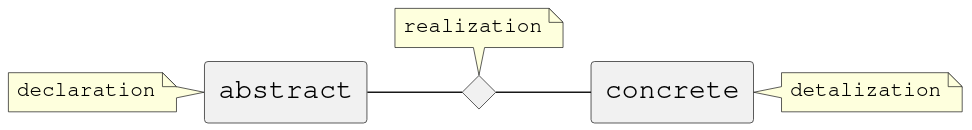
Before: fig/game-ffm/axis-x-relation.svg, a diagram exported from PlantUML (tabletopframework/specification). Source of this version:
```plantuml
@startuml
!include lib/game.puml!core
!include lib/i18n.puml!en
skinparam ranksep 20
skinparam nodesep 20
allowmixing

rectangle "$translate(xAxisNegativeTerm)" as left
note left: $translate(declaration)
rectangle "$translate(xAxisPositiveTerm)" as right
note right: $translate(detalization)
diamond relation
note top: $translate(realization)

left -- relation
relation -- right
@enduml
```
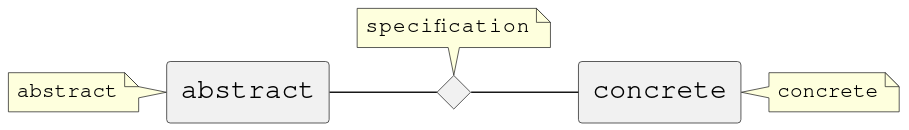
Above is the later version.

What changed in the source:
```diff
@@ -5,12 +5,13 @@
 skinparam nodesep 20
 allowmixing
 
+diamond relation
+note top: $translate(specification)
+
 rectangle "$translate(xAxisNegativeTerm)" as left
-note left: $translate(declaration)
+note left: $translate(abstract)
 rectangle "$translate(xAxisPositiveTerm)" as right
-note right: $translate(detalization)
-diamond relation
-note top: $translate(realization)
+note right: $translate(concrete)
 
 left -- relation
 relation -- right
```
